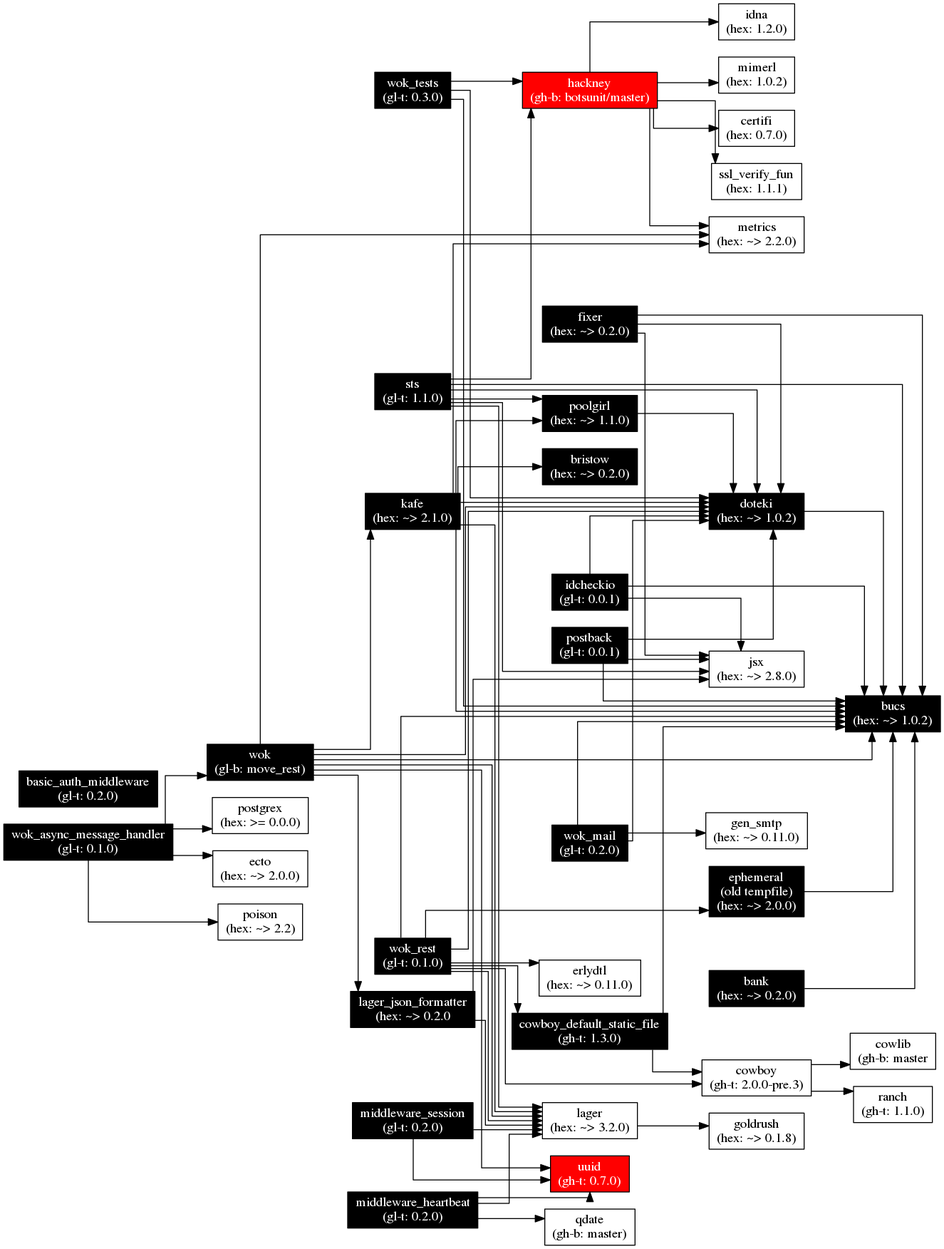
botsunit/wok keeps this Graphviz diagram as images/wok.deps.png. Above is the earlier version. Its source is kept beside it as images/wok.deps.gv.
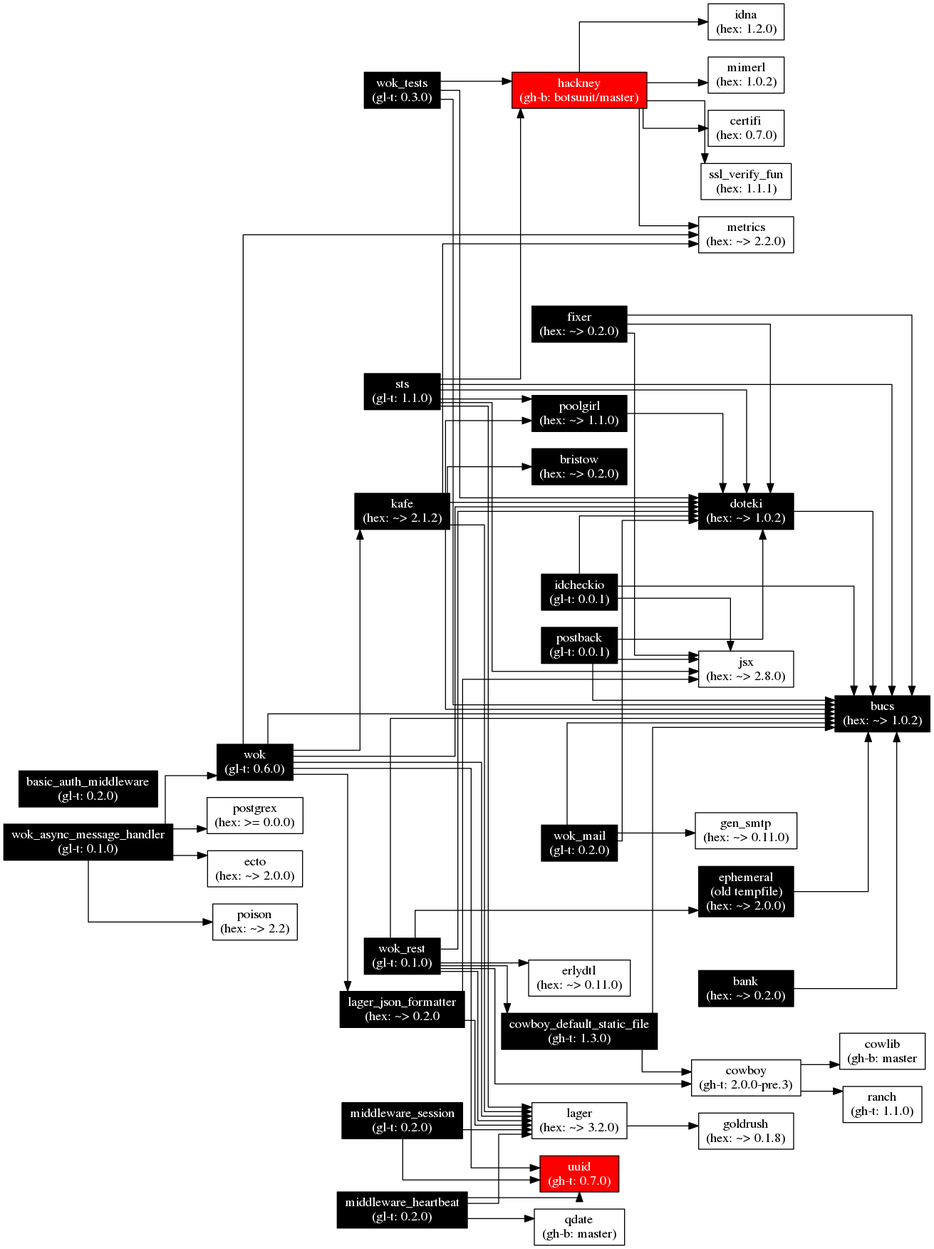
The same diagram one commit later.

Commit message:
Bump kafe to 2.1.2

Change to the diagram source:
```diff
@@ -6,7 +6,7 @@
     rankdir=LR;
   ];
 
-  wok[label="wok\n(gl-b: move_rest)",
+  wok[label="wok\n(gl-t: 0.6.0)",
       fontcolor="white",
       style="filled",
       fillcolor="black"];
@@ -15,7 +15,7 @@
                        fontcolor="white",
                        style="filled"
                        fillcolor="black"];
-  kafe[label="kafe\n(hex: ~> 2.1.0)",
+  kafe[label="kafe\n(hex: ~> 2.1.2)",
        fontcolor="white",
        style="filled",
        fillcolor="black"];
```
